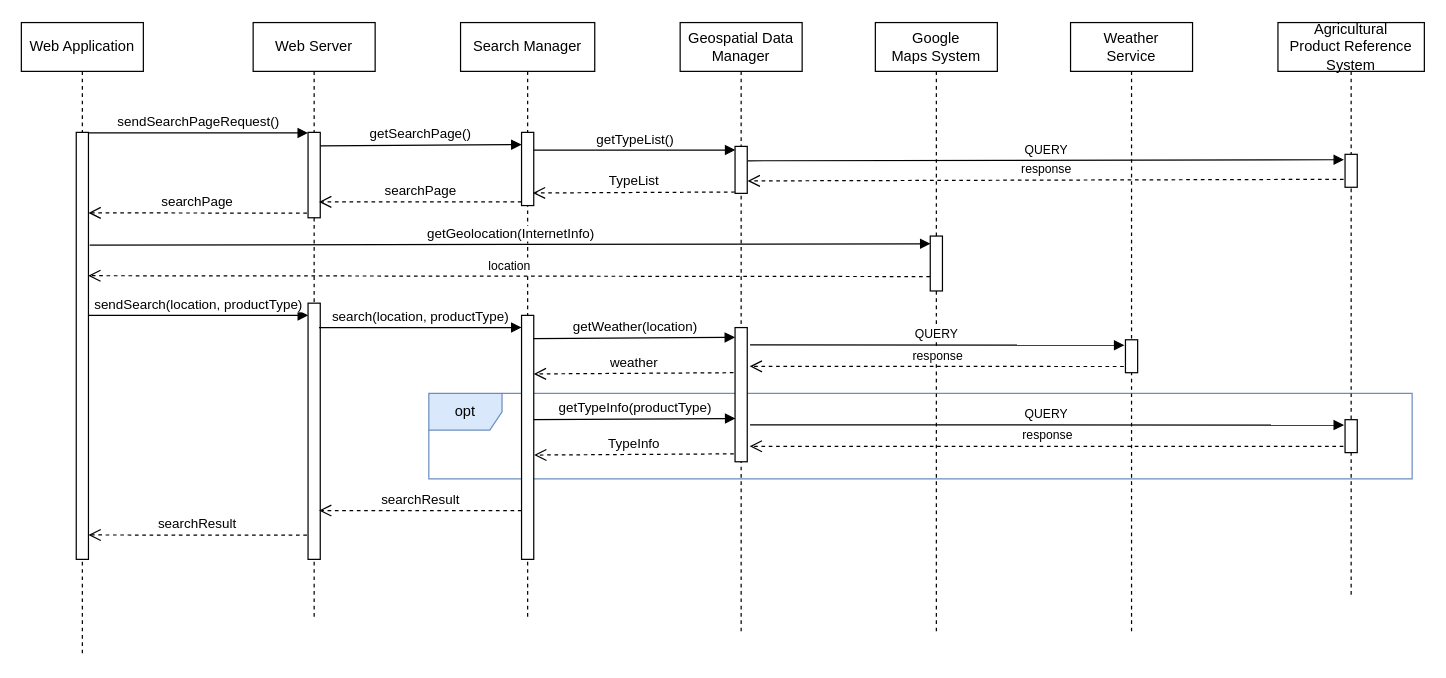
Above: page "FM-Search-UC8" (3 of 18) of DD/UML/Runtime.drawio in ictar/DREAM-SE2-Project-2022 (draw.io), before the change. Source tidied: cells renumbered, new cells numbered last; positions are measured from the earlier drawing's top-left corner, leaving out a move shared by most shapes. Both pictures are drawn from the tidied source at 122%, with x=0, y=0 at pixel (21, 22).
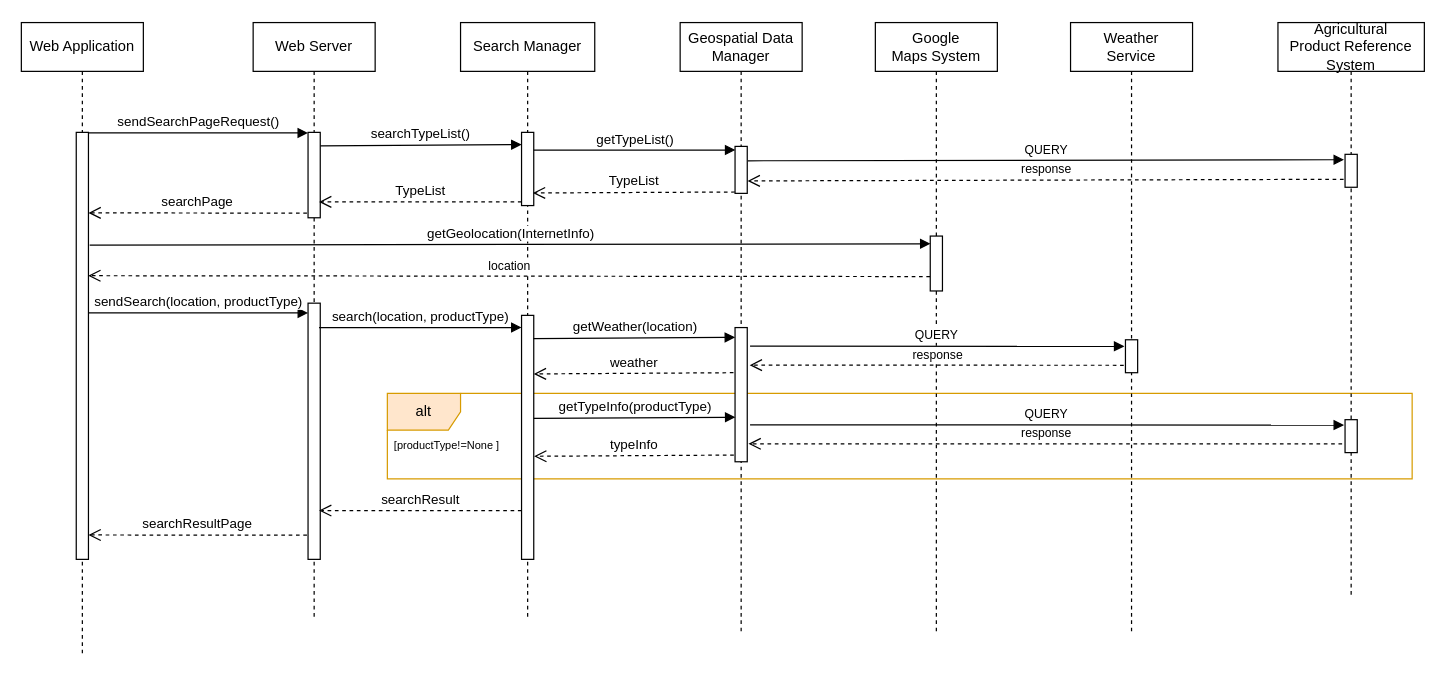
The same page after the edit.

The change refers to these unchanged cells:
```xml
<mxCell id="4" value="Web Server" style="shape=umlLifeline;perimeter=lifelinePerimeter;whiteSpace=wrap;html=1;" parent="1" vertex="1">
  <mxGeometry x="190" width="100" height="490" as="geometry" />
</mxCell>
<mxCell id="5" style="html=1;points=[];perimeter=orthogonalPerimeter;" parent="4" vertex="1">
  <mxGeometry x="45" y="90" width="10" height="70" as="geometry" />
</mxCell>
<mxCell id="10" value="Search Manager" style="shape=umlLifeline;perimeter=lifelinePerimeter;whiteSpace=wrap;html=1;" parent="1" vertex="1">
  <mxGeometry x="360" width="110" height="490" as="geometry" />
</mxCell>
<mxCell id="24" style="html=1;points=[];perimeter=orthogonalPerimeter;" parent="23" vertex="1">
  <mxGeometry x="45" y="260" width="10" height="27" as="geometry" />
</mxCell>
<mxCell id="39" style="html=1;points=[];perimeter=orthogonalPerimeter;" parent="1" vertex="1">
  <mxGeometry x="1085" y="325.5" width="10" height="27" as="geometry" />
</mxCell>
```

Diff of the diagram source:
```diff
@@
-    <mxCell id="2" value="opt" style="shape=umlFrame;whiteSpace=wrap;html=1;fillColor=#dae8fc;strokeColor=#6c8ebf;" parent="1" vertex="1">
-      <mxGeometry x="334" y="304" width="806" height="70" as="geometry" />
+    <mxCell id="2" value="alt" style="shape=umlFrame;whiteSpace=wrap;html=1;fillColor=#ffe6cc;strokeColor=#d79b00;" parent="1" vertex="1">
+      <mxGeometry x="300" y="304" width="840" height="70" as="geometry" />
     </mxCell>
@@
     <mxCell id="7" value="&lt;font style=&quot;font-size: 11px&quot;&gt;sendSearch(location, productType)&lt;/font&gt;" style="html=1;verticalAlign=bottom;endArrow=block;rounded=0;entryX=-0.005;entryY=0.006;entryDx=0;entryDy=0;entryPerimeter=0;" parent="4" edge="1">
       <mxGeometry relative="1" as="geometry">
-        <mxPoint x="-134.9" y="240" as="sourcePoint" />
-        <mxPoint x="45" y="240" as="targetPoint" />
+        <mxPoint x="-134.9" y="238" as="sourcePoint" />
+        <mxPoint x="45" y="238" as="targetPoint" />
       </mxGeometry>
     </mxCell>
@@
-    <mxCell id="12" value="&lt;font style=&quot;font-size: 11px&quot;&gt;getSearchPage()&lt;/font&gt;" style="html=1;verticalAlign=bottom;endArrow=block;rounded=0;exitX=1.013;exitY=0.157;exitDx=0;exitDy=0;exitPerimeter=0;" parent="10" edge="1" source="5">
+    <mxCell id="12" value="&lt;font style=&quot;font-size: 11px&quot;&gt;searchTypeList()&lt;/font&gt;" style="html=1;verticalAlign=bottom;endArrow=block;rounded=0;exitX=1.013;exitY=0.157;exitDx=0;exitDy=0;exitPerimeter=0;" parent="10" edge="1" source="5">
       <mxGeometry relative="1" as="geometry">
         <mxPoint x="50" y="100" as="targetPoint" />
       </mxGeometry>
     </mxCell>
@@
+    <mxCell id="43" value="&lt;font style=&quot;font-size: 9px&quot;&gt;&lt;font style=&quot;font-size: 9px&quot;&gt;[productType!=&lt;/font&gt;&lt;span class=&quot;qkunPe&quot; style=&quot;text-align: left&quot;&gt;None&lt;/span&gt;&lt;span style=&quot;text-align: left&quot;&gt;&amp;nbsp;&lt;/span&gt;]&lt;/font&gt;" style="text;html=1;strokeColor=none;fillColor=none;align=center;verticalAlign=middle;whiteSpace=wrap;rounded=0;" parent="10" vertex="1">
+      <mxGeometry x="-76" y="331" width="130" height="30" as="geometry" />
+    </mxCell>
@@
-    <mxCell id="28" value="searchPage" style="html=1;verticalAlign=bottom;endArrow=open;dashed=1;endSize=8;rounded=0;" parent="1" edge="1">
+    <mxCell id="28" value="TypeList" style="html=1;verticalAlign=bottom;endArrow=open;dashed=1;endSize=8;rounded=0;" parent="1" edge="1">
       <mxGeometry relative="1" as="geometry">
         <mxPoint x="410" y="147" as="sourcePoint" />
         <mxPoint x="244" y="147" as="targetPoint" />
       </mxGeometry>
     </mxCell>
@@
-    <mxCell id="34" value="&lt;font style=&quot;font-size: 10px&quot;&gt;response&lt;/font&gt;" style="html=1;verticalAlign=bottom;endArrow=open;dashed=1;endSize=8;rounded=0;entryX=0.971;entryY=0.926;entryDx=0;entryDy=0;entryPerimeter=0;exitX=-0.137;exitY=0.812;exitDx=0;exitDy=0;exitPerimeter=0;" parent="1" edge="1" source="24">
+    <mxCell id="34" value="&lt;font style=&quot;font-size: 10px&quot;&gt;response&lt;/font&gt;" style="html=1;verticalAlign=bottom;endArrow=open;dashed=1;endSize=8;rounded=0;entryX=0.971;entryY=0.926;entryDx=0;entryDy=0;entryPerimeter=0;exitX=-0.137;exitY=0.812;exitDx=0;exitDy=0;exitPerimeter=0;" parent="1" edge="1">
       <mxGeometry relative="1" as="geometry">
-        <mxPoint x="597" y="281.8" as="targetPoint" />
+        <mxPoint x="903.6" y="280.9" as="sourcePoint" />
+        <mxPoint x="597" y="280.8" as="targetPoint" />
       </mxGeometry>
     </mxCell>
-    <mxCell id="35" value="&lt;font size=&quot;1&quot;&gt;QUERY&lt;/font&gt;" style="html=1;verticalAlign=bottom;endArrow=block;rounded=0;exitX=1.002;exitY=0.337;exitDx=0;exitDy=0;exitPerimeter=0;entryX=-0.086;entryY=0.164;entryDx=0;entryDy=0;entryPerimeter=0;" parent="1" edge="1" target="24">
+    <mxCell id="35" value="&lt;font size=&quot;1&quot;&gt;QUERY&lt;/font&gt;" style="html=1;verticalAlign=bottom;endArrow=block;rounded=0;exitX=1.002;exitY=0.337;exitDx=0;exitDy=0;exitPerimeter=0;entryX=-0.086;entryY=0.164;entryDx=0;entryDy=0;entryPerimeter=0;" parent="1" edge="1">
       <mxGeometry relative="1" as="geometry">
-        <mxPoint x="597.3" y="264.2" as="sourcePoint" />
+        <mxPoint x="597.3" y="265.2" as="sourcePoint" />
+        <mxPoint x="904.1" y="265.4" as="targetPoint" />
       </mxGeometry>
     </mxCell>
@@
     <mxCell id="37" value="&lt;font style=&quot;font-size: 11px&quot;&gt;getTypeInfo(productType)&lt;/font&gt;" style="html=1;verticalAlign=bottom;endArrow=block;rounded=0;exitX=0.873;exitY=0.199;exitDx=0;exitDy=0;exitPerimeter=0;entryX=0.026;entryY=0.077;entryDx=0;entryDy=0;entryPerimeter=0;" parent="1" edge="1">
       <mxGeometry relative="1" as="geometry">
-        <mxPoint x="420" y="325.5" as="sourcePoint" />
-        <mxPoint x="585.3" y="324.5" as="targetPoint" />
+        <mxPoint x="420" y="324.5" as="sourcePoint" />
+        <mxPoint x="585.3" y="323.5" as="targetPoint" />
       </mxGeometry>
     </mxCell>
-    <mxCell id="38" value="TypeInfo" style="html=1;verticalAlign=bottom;endArrow=open;dashed=1;endSize=8;rounded=0;exitX=-0.099;exitY=0.804;exitDx=0;exitDy=0;exitPerimeter=0;" parent="1" edge="1">
+    <mxCell id="38" value="typeInfo" style="html=1;verticalAlign=bottom;endArrow=open;dashed=1;endSize=8;rounded=0;exitX=-0.099;exitY=0.804;exitDx=0;exitDy=0;exitPerimeter=0;" parent="1" edge="1">
       <mxGeometry relative="1" as="geometry">
-        <mxPoint x="584" y="353.5" as="sourcePoint" />
-        <mxPoint x="420.3" y="354.5" as="targetPoint" />
+        <mxPoint x="584" y="354.5" as="sourcePoint" />
+        <mxPoint x="420.3" y="355.5" as="targetPoint" />
       </mxGeometry>
     </mxCell>
@@
-    <mxCell id="40" value="&lt;font style=&quot;font-size: 10px&quot;&gt;response&lt;/font&gt;" style="html=1;verticalAlign=bottom;endArrow=open;dashed=1;endSize=8;rounded=0;entryX=0.971;entryY=0.926;entryDx=0;entryDy=0;entryPerimeter=0;exitX=-0.137;exitY=0.812;exitDx=0;exitDy=0;exitPerimeter=0;" parent="1" edge="1" source="39">
+    <mxCell id="40" value="&lt;font style=&quot;font-size: 10px&quot;&gt;response&lt;/font&gt;" style="html=1;verticalAlign=bottom;endArrow=open;dashed=1;endSize=8;rounded=0;entryX=0.971;entryY=0.926;entryDx=0;entryDy=0;entryPerimeter=0;exitX=-0.137;exitY=0.812;exitDx=0;exitDy=0;exitPerimeter=0;" parent="1" edge="1">
       <mxGeometry relative="1" as="geometry">
-        <mxPoint x="597" y="347.3" as="targetPoint" />
+        <mxPoint x="1082.6" y="345.4" as="sourcePoint" />
+        <mxPoint x="596" y="345.3" as="targetPoint" />
       </mxGeometry>
     </mxCell>
@@
-    <mxCell id="42" value="searchResult" style="html=1;verticalAlign=bottom;endArrow=open;dashed=1;endSize=8;exitX=-0.09;exitY=0.822;rounded=0;exitDx=0;exitDy=0;exitPerimeter=0;" parent="1" edge="1">
+    <mxCell id="42" value="searchResultPage" style="html=1;verticalAlign=bottom;endArrow=open;dashed=1;endSize=8;exitX=-0.09;exitY=0.822;rounded=0;exitDx=0;exitDy=0;exitPerimeter=0;" parent="1" edge="1">
       <mxGeometry relative="1" as="geometry">
         <mxPoint x="234.1" y="420.2" as="sourcePoint" />
         <mxPoint x="55" y="420" as="targetPoint" />
       </mxGeometry>
     </mxCell>
```
